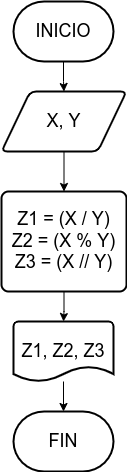
sanmacorz/ejercicios-fundamentos keeps this draw.io diagram as cociente-residuo/cociente-residuo.png. Above is the earlier version. Source tidied: cells renumbered, new cells last; positions are measured from the earlier drawing's top-left corner, leaving out a move shared by most shapes.
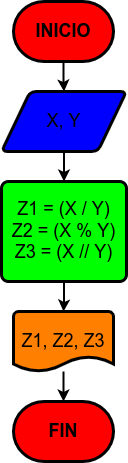
The same file after the commit.

The edit, as a diff of the source:
```diff
@@ -1,32 +1,32 @@
-<mxGraphModel>
+<mxGraphModel background="#FFFFFF">
   <root>
     <mxCell id="0" />
     <mxCell id="1" parent="0" />
-    <mxCell id="2" style="edgeStyle=orthogonalEdgeStyle;rounded=0;jettySize=auto;html=1;fontSize=18;" parent="1" edge="1" source="3" target="5">
+    <mxCell id="2" style="edgeStyle=orthogonalEdgeStyle;rounded=0;jettySize=auto;html=1;fontSize=18;strokeColor=#000000;strokeWidth=2;" parent="1" edge="1" source="3" target="5">
       <mxGeometry relative="1" as="geometry" />
     </mxCell>
-    <mxCell id="3" value="&lt;font style=&quot;font-size: 18px&quot;&gt;X, Y&lt;br&gt;&lt;/font&gt;" style="shape=parallelogram;html=1;strokeWidth=2;perimeter=parallelogramPerimeter;whiteSpace=wrap;rounded=1;arcSize=12;size=0.23;" parent="1" vertex="1">
-      <mxGeometry y="90" width="125" height="60" as="geometry" />
+    <mxCell id="3" value="&lt;font style=&quot;font-size: 18px&quot;&gt;X, Y&lt;br&gt;&lt;/font&gt;" style="shape=parallelogram;html=1;strokeWidth=3;perimeter=parallelogramPerimeter;whiteSpace=wrap;rounded=1;arcSize=12;size=0.23;fillColor=#0000FF;fontColor=#000000;strokeColor=#000000;" parent="1" vertex="1">
+      <mxGeometry y="100" width="125" height="60" as="geometry" />
     </mxCell>
-    <mxCell id="4" style="edgeStyle=orthogonalEdgeStyle;rounded=0;jettySize=auto;html=1;fontSize=18;" parent="1" edge="1" source="5" target="10">
+    <mxCell id="4" style="edgeStyle=orthogonalEdgeStyle;rounded=0;jettySize=auto;html=1;fontSize=18;strokeColor=#000000;strokeWidth=2;" parent="1" edge="1" source="5" target="10">
       <mxGeometry relative="1" as="geometry" />
     </mxCell>
-    <mxCell id="5" value="&lt;font style=&quot;font-size: 18px&quot;&gt;Z1 = (X / Y)&lt;br&gt;Z2 = (X % Y)&lt;br&gt;Z3 = (X // Y)&lt;br&gt;&lt;/font&gt;" style="rounded=1;whiteSpace=wrap;html=1;absoluteArcSize=1;arcSize=14;strokeWidth=2;" parent="1" vertex="1">
+    <mxCell id="5" value="&lt;font style=&quot;font-size: 18px&quot;&gt;Z1 = (X / Y)&lt;br&gt;Z2 = (X % Y)&lt;br&gt;Z3 = (X // Y)&lt;br&gt;&lt;/font&gt;" style="rounded=1;whiteSpace=wrap;html=1;absoluteArcSize=1;arcSize=14;strokeWidth=3;gradientColor=none;fillColor=#00FF00;fontColor=#000000;strokeColor=#000000;" parent="1" vertex="1">
       <mxGeometry y="190" width="125" height="100" as="geometry" />
     </mxCell>
-    <mxCell id="6" style="edgeStyle=orthogonalEdgeStyle;rounded=0;jettySize=auto;html=1;fontSize=18;" parent="1" edge="1" source="7" target="3">
+    <mxCell id="6" style="edgeStyle=orthogonalEdgeStyle;rounded=0;jettySize=auto;html=1;fontSize=18;strokeColor=#000000;strokeWidth=2;" parent="1" edge="1" source="7" target="3">
       <mxGeometry relative="1" as="geometry" />
     </mxCell>
-    <mxCell id="7" value="INICIO" style="strokeWidth=2;html=1;shape=mxgraph.flowchart.terminator;whiteSpace=wrap;fontSize=18;" parent="1" vertex="1">
-      <mxGeometry x="12" width="100" height="60" as="geometry" />
+    <mxCell id="7" value="INICIO" style="strokeWidth=3;html=1;shape=mxgraph.flowchart.terminator;whiteSpace=wrap;fontSize=18;fillColor=#FF0000;fontColor=#000000;strokeColor=#000000;fontStyle=1;" parent="1" vertex="1">
+      <mxGeometry x="12" y="10" width="100" height="60" as="geometry" />
     </mxCell>
-    <mxCell id="8" value="FIN" style="strokeWidth=2;html=1;shape=mxgraph.flowchart.terminator;whiteSpace=wrap;fontSize=18;" parent="1" vertex="1">
+    <mxCell id="8" value="FIN" style="strokeWidth=3;html=1;shape=mxgraph.flowchart.terminator;whiteSpace=wrap;fontSize=18;fontColor=#000000;fillColor=#FF0000;fontStyle=1;strokeColor=#000000;" parent="1" vertex="1">
       <mxGeometry x="12" y="410" width="100" height="60" as="geometry" />
     </mxCell>
-    <mxCell id="9" style="edgeStyle=orthogonalEdgeStyle;rounded=0;jettySize=auto;html=1;fontSize=18;" parent="1" edge="1" source="10" target="8">
+    <mxCell id="9" style="edgeStyle=orthogonalEdgeStyle;rounded=0;jettySize=auto;html=1;fontSize=18;strokeColor=#000000;strokeWidth=2;" parent="1" edge="1" source="10" target="8">
       <mxGeometry relative="1" as="geometry" />
     </mxCell>
-    <mxCell id="10" value="Z1, Z2, Z3" style="strokeWidth=2;html=1;shape=mxgraph.flowchart.document2;whiteSpace=wrap;size=0.25;fontSize=18;" parent="1" vertex="1">
+    <mxCell id="10" value="Z1, Z2, Z3" style="strokeWidth=3;html=1;shape=mxgraph.flowchart.document2;whiteSpace=wrap;size=0.25;fontSize=18;fontColor=#000000;fillColor=#FF8000;strokeColor=#000000;" parent="1" vertex="1">
       <mxGeometry x="12" y="320" width="100" height="60" as="geometry" />
     </mxCell>
   </root>
```
